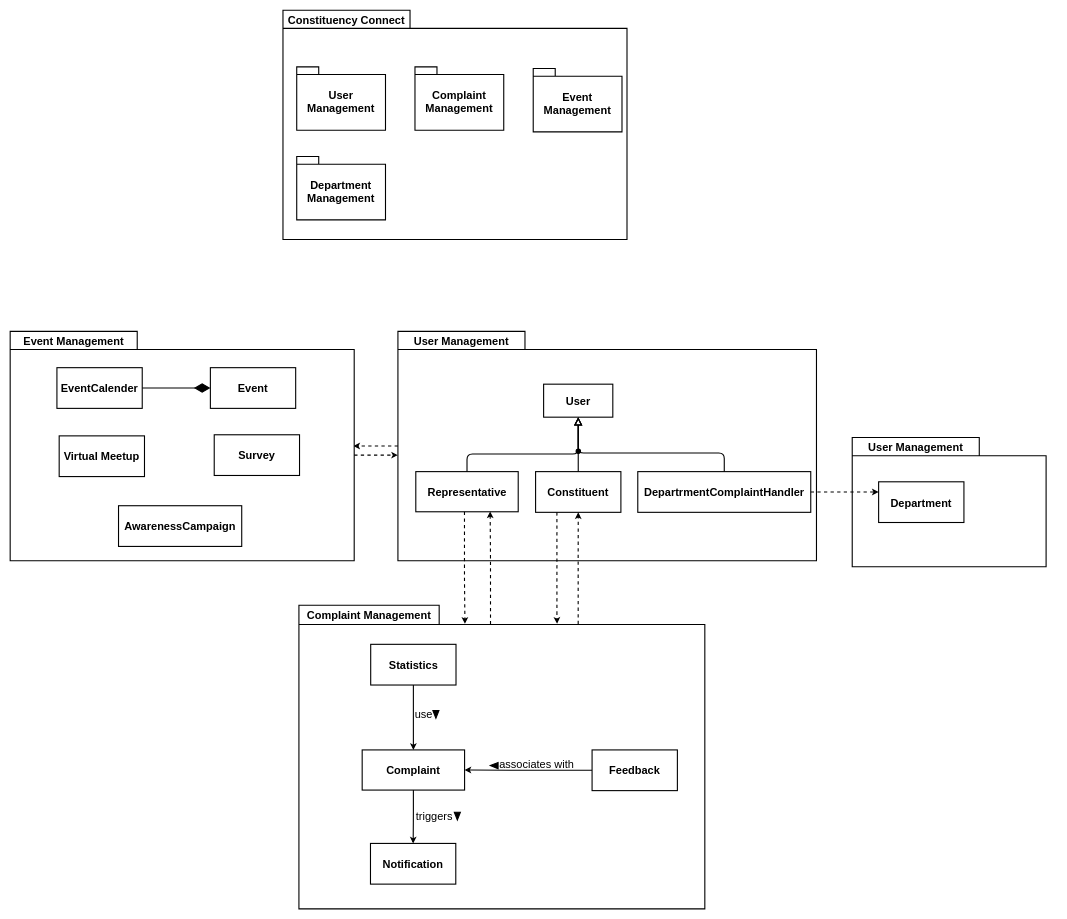
Above: 17 - Package Diagram/Package Diagram.drawio in muhammadahsanmirza/fyp-constituency-connect (draw.io), before the change. Source tidied: cells renumbered, new cells numbered last; positions are measured from the earlier drawing's top-left corner, leaving out a move shared by most shapes. Both pictures are drawn from the tidied source at 55%, with x=0, y=0 at pixel (10, 10).
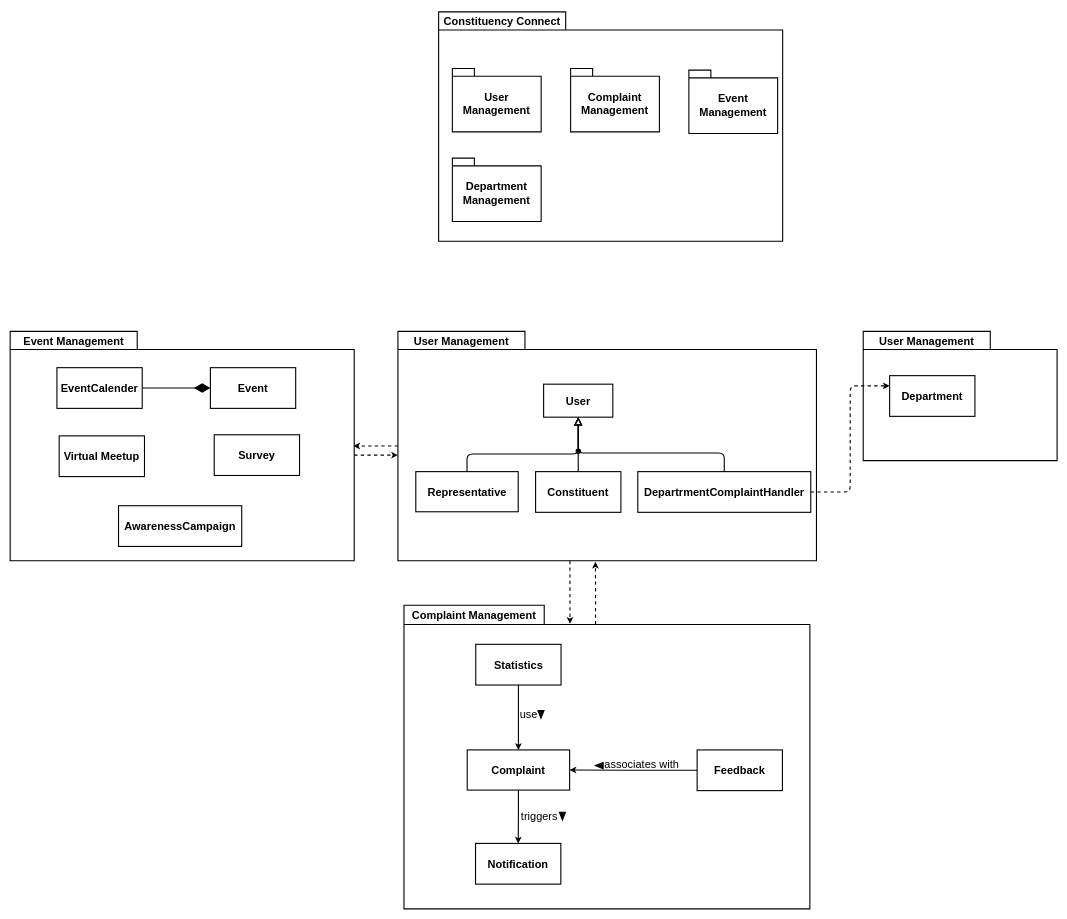
After the change.

Commit message (it also covers changes not shown here):
Add Deployment Diagram

The change refers to these unchanged cells:
```xml
<mxCell id="3" value="User Management" style="shape=folder;fontStyle=1;tabWidth=231;tabHeight=33;tabPosition=left;html=1;boundedLbl=1;labelInHeader=1;whiteSpace=wrap;fontSize=20;strokeWidth=2;" parent="1" vertex="1">
  <mxGeometry x="705" y="584" width="761" height="417" as="geometry" />
</mxCell>
<mxCell id="6" value="&lt;b&gt;Representative&lt;/b&gt;" style="rounded=0;whiteSpace=wrap;html=1;fontSize=20;strokeWidth=2;" parent="3" vertex="1">
  <mxGeometry x="32.5" y="255" width="186.2" height="73" as="geometry" />
</mxCell>
<mxCell id="7" value="&lt;b&gt;Constituent&lt;/b&gt;" style="rounded=0;whiteSpace=wrap;html=1;fontSize=20;strokeWidth=2;" parent="3" vertex="1">
  <mxGeometry x="250.3" y="255" width="155.1" height="74" as="geometry" />
</mxCell>
<mxCell id="24" value="Complaint Management" style="shape=folder;fontStyle=1;tabWidth=255;tabHeight=35;tabPosition=left;html=1;boundedLbl=1;labelInHeader=1;whiteSpace=wrap;fontSize=20;strokeWidth=2;" parent="23" vertex="1">
  <mxGeometry width="738" height="552" as="geometry" />
</mxCell>
```

Diff of the diagram source:
```diff
@@
     <mxCell id="12" value="Constituency Connect" style="shape=folder;fontStyle=1;tabWidth=231;tabHeight=33;tabPosition=left;html=1;boundedLbl=1;labelInHeader=1;whiteSpace=wrap;fontSize=20;strokeWidth=2;" parent="1" vertex="1">
-      <mxGeometry x="496" width="625.5" height="417" as="geometry" />
+      <mxGeometry x="779" y="3" width="625.5" height="417" as="geometry" />
     </mxCell>
@@
     <mxCell id="18" value="User Management" style="shape=folder;fontStyle=1;tabWidth=231;tabHeight=33;tabPosition=left;html=1;boundedLbl=1;labelInHeader=1;whiteSpace=wrap;fontSize=20;strokeWidth=2;" parent="1" vertex="1">
-      <mxGeometry x="1531" y="777" width="352.5" height="235" as="geometry" />
+      <mxGeometry x="1551" y="584" width="352.5" height="235" as="geometry" />
     </mxCell>
@@
     <mxCell id="23" style="group;" parent="1" vertex="1">
-      <mxGeometry x="525" y="1082" width="738" height="552" as="geometry" />
+      <mxGeometry x="716" y="1082" width="738" height="552" as="geometry" />
     </mxCell>
@@
-    <mxCell id="40" style="edgeStyle=orthogonalEdgeStyle;rounded=1;jettySize=auto;html=1;entryX=0.409;entryY=0.061;entryDx=0;entryDy=0;entryPerimeter=0;dashed=1;curved=0;strokeWidth=2;" parent="1" edge="1" source="6" target="24">
-      <mxGeometry relative="1" as="geometry">
-        <Array as="points">
-          <mxPoint x="826" y="1034" />
-          <mxPoint x="827" y="1034" />
-        </Array>
-      </mxGeometry>
+    <mxCell id="40" style="edgeStyle=orthogonalEdgeStyle;rounded=1;jettySize=auto;html=1;entryX=0.409;entryY=0.061;entryDx=0;entryDy=0;entryPerimeter=0;dashed=1;curved=0;strokeWidth=2;exitX=0.411;exitY=1.001;exitDx=0;exitDy=0;exitPerimeter=0;" parent="1" edge="1" source="3" target="24">
+      <mxGeometry relative="1" as="geometry" />
     </mxCell>
-    <mxCell id="41" style="edgeStyle=orthogonalEdgeStyle;rounded=1;jettySize=auto;html=1;entryX=0.636;entryY=0.061;entryDx=0;entryDy=0;entryPerimeter=0;dashed=1;curved=0;exitX=0.25;exitY=1;exitDx=0;exitDy=0;strokeWidth=2;" parent="1" edge="1" source="7" target="24">
-      <mxGeometry relative="1" as="geometry">
-        <Array as="points">
-          <mxPoint x="994" y="1106" />
-        </Array>
-      </mxGeometry>
-    </mxCell>
-    <mxCell id="42" style="edgeStyle=orthogonalEdgeStyle;rounded=1;jettySize=auto;html=1;entryX=0.726;entryY=0.991;entryDx=0;entryDy=0;entryPerimeter=0;exitX=0.472;exitY=0.063;exitDx=0;exitDy=0;exitPerimeter=0;strokeWidth=2;curved=0;dashed=1;" parent="1" edge="1" source="24" target="6">
-      <mxGeometry relative="1" as="geometry" />
+    <mxCell id="42" style="edgeStyle=orthogonalEdgeStyle;rounded=1;jettySize=auto;html=1;exitX=0.472;exitY=0.063;exitDx=0;exitDy=0;exitPerimeter=0;strokeWidth=2;curved=0;dashed=1;" parent="1" edge="1" source="24">
+      <mxGeometry relative="1" as="geometry">
+        <mxPoint x="1064" y="1003" as="targetPoint" />
+      </mxGeometry>
     </mxCell>
-    <mxCell id="43" style="edgeStyle=orthogonalEdgeStyle;rounded=1;jettySize=auto;html=1;entryX=0.5;entryY=1;entryDx=0;entryDy=0;exitX=0.688;exitY=0.062;exitDx=0;exitDy=0;exitPerimeter=0;dashed=1;curved=0;strokeWidth=2;" parent="1" edge="1" source="24" target="7">
-      <mxGeometry relative="1" as="geometry" />
-    </mxCell>
```
